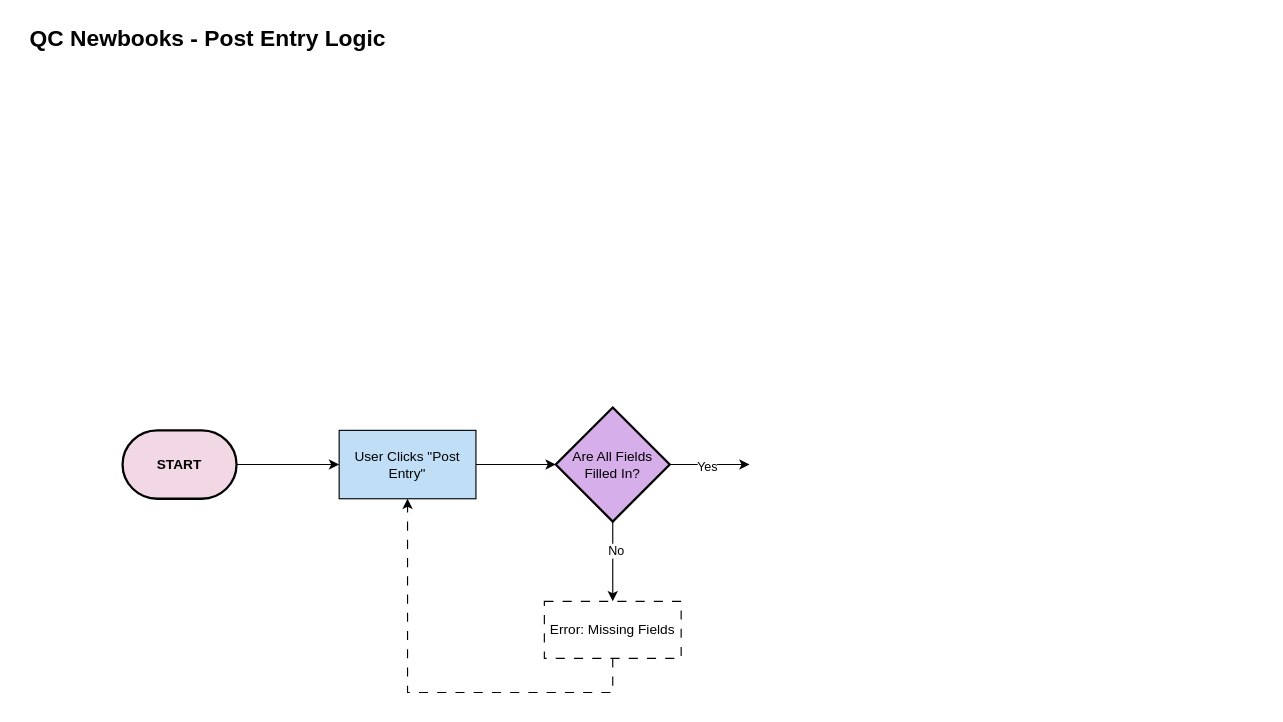
The draw.io diagram page "Part A — Flowchart" (1 of 2) of QC_NewBooks_Diagrams.drawio in tatianacastro1904-prog/diagram-qc-new-books, before the edit. Source tidied: cells renumbered, new cells numbered last; positions are measured from the earlier drawing's top-left corner, leaving out a move shared by most shapes. Both pictures are drawn from the tidied source at 114%, with x=0, y=0 at pixel (19, 19).
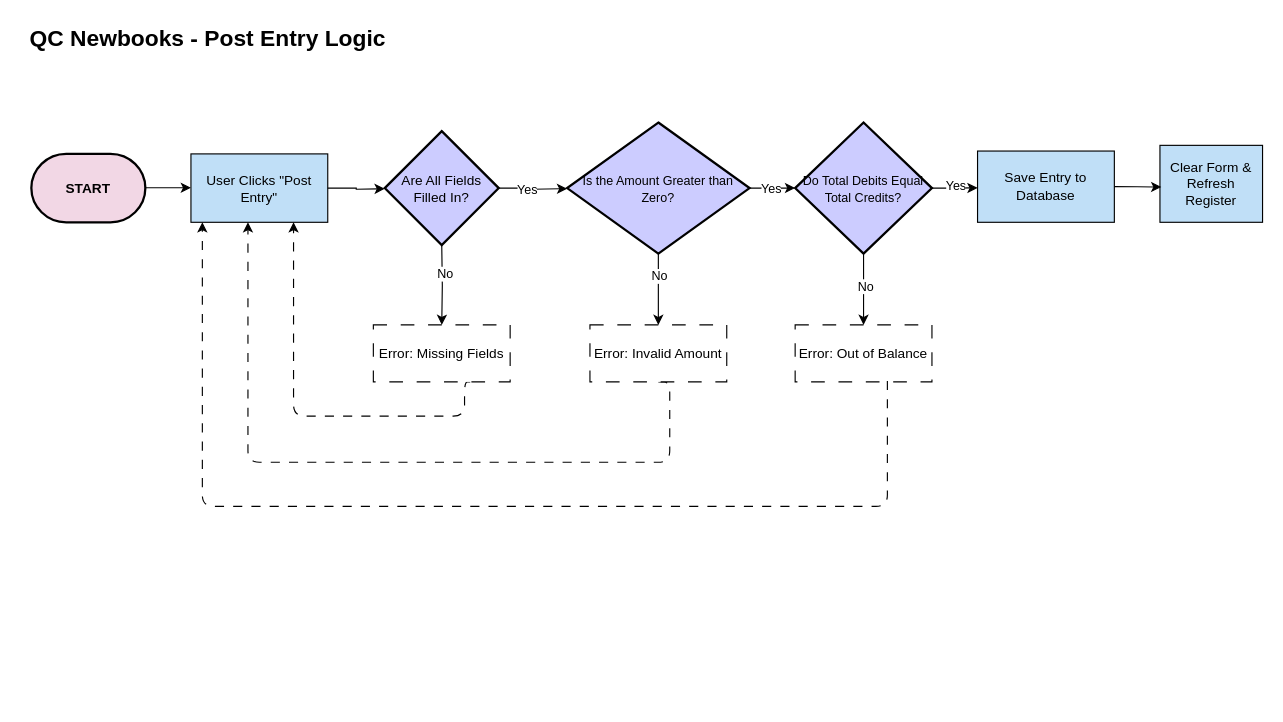
After the change.

Diff of the diagram source:
```diff
@@
-    <mxCell id="3" style="edgeStyle=orthogonalEdgeStyle;rounded=0;jettySize=auto;html=1;exitX=1;exitY=0.5;exitDx=0;exitDy=0;exitPerimeter=0;entryX=0;entryY=0.5;entryDx=0;entryDy=0;" parent="1" edge="1" source="4" target="5">
-      <mxGeometry relative="1" as="geometry" />
+    <mxCell id="3" style="edgeStyle=orthogonalEdgeStyle;rounded=0;orthogonalLoop=1;jettySize=auto;html=1;exitX=1;exitY=0.5;exitDx=0;exitDy=0;exitPerimeter=0;entryX=0;entryY=0.5;entryDx=0;entryDy=0;" parent="1" edge="1">
+      <mxGeometry relative="1" as="geometry">
+        <mxPoint x="60" y="147.2" as="sourcePoint" />
+        <mxPoint x="150" y="147.2" as="targetPoint" />
+      </mxGeometry>
     </mxCell>
     <mxCell id="4" value="&lt;b&gt;START&lt;/b&gt;" style="strokeWidth=2;html=1;shape=mxgraph.flowchart.terminator;whiteSpace=wrap;gradientColor=none;fillColor=#F2D7E5;" parent="1" vertex="1">
-      <mxGeometry x="90" y="360" width="100" height="60" as="geometry" />
+      <mxGeometry x="10" y="117.5" width="100" height="60" as="geometry" />
     </mxCell>
+    <mxCell id="14" style="edgeStyle=orthogonalEdgeStyle;rounded=0;jettySize=auto;html=1;exitX=0.5;exitY=1;exitDx=0;exitDy=0;" parent="1" edge="1" source="5">
+      <mxGeometry relative="1" as="geometry">
+        <mxPoint x="209.8" y="177.6" as="targetPoint" />
+      </mxGeometry>
+    </mxCell>
-    <mxCell id="5" value="User Clicks &quot;Post Entry&quot;" style="rounded=0;whiteSpace=wrap;html=1;fillColor=light-dark(#c0dff7, #ededed);" parent="1" vertex="1">
-      <mxGeometry x="280" y="360" width="120" height="60" as="geometry" />
+    <mxCell id="5" value="User Clicks &quot;Post Entry&quot;" style="rounded=0;whiteSpace=wrap;html=1;fillColor=#C0DFF7;" parent="1" vertex="1">
+      <mxGeometry x="150" y="117.5" width="120" height="60" as="geometry" />
     </mxCell>
-    <mxCell id="6" style="edgeStyle=orthogonalEdgeStyle;rounded=0;jettySize=auto;html=1;exitX=0.5;exitY=1;exitDx=0;exitDy=0;exitPerimeter=0;entryX=0.5;entryY=0;entryDx=0;entryDy=0;" parent="1" edge="1" source="10" target="13">
-      <mxGeometry relative="1" as="geometry" />
+    <mxCell id="6" style="edgeStyle=orthogonalEdgeStyle;rounded=0;jettySize=auto;html=1;entryX=0.5;entryY=0;entryDx=0;entryDy=0;" parent="1" edge="1" target="13">
+      <mxGeometry relative="1" as="geometry">
+        <mxPoint x="370" y="197.5" as="sourcePoint" />
+      </mxGeometry>
     </mxCell>
@@
-    <mxCell id="8" style="edgeStyle=orthogonalEdgeStyle;rounded=0;jettySize=auto;html=1;exitX=1;exitY=0.5;exitDx=0;exitDy=0;exitPerimeter=0;" parent="1" edge="1" source="10">
-      <mxGeometry relative="1" as="geometry">
-        <mxPoint x="640" y="390" as="targetPoint" />
-      </mxGeometry>
-    </mxCell>
-    <mxCell id="9" value="Yes" style="edgeLabel;html=1;align=center;verticalAlign=middle;" parent="8" vertex="1">
-      <mxGeometry x="-0.09" y="-1" relative="1" as="geometry" />
-    </mxCell>
-    <mxCell id="10" value="Are All Fields Filled In?" style="strokeWidth=2;html=1;shape=mxgraph.flowchart.decision;whiteSpace=wrap;fillColor=light-dark(#d5aeea, #ededed);" parent="1" vertex="1">
-      <mxGeometry x="470" y="340" width="100" height="100" as="geometry" />
-    </mxCell>
-    <mxCell id="11" style="edgeStyle=orthogonalEdgeStyle;rounded=0;jettySize=auto;html=1;exitX=1;exitY=0.5;exitDx=0;exitDy=0;entryX=0;entryY=0.5;entryDx=0;entryDy=0;entryPerimeter=0;" parent="1" edge="1" source="5" target="10">
-      <mxGeometry relative="1" as="geometry" />
-    </mxCell>
-    <mxCell id="12" style="edgeStyle=orthogonalEdgeStyle;rounded=0;jettySize=auto;html=1;exitX=0.5;exitY=1;exitDx=0;exitDy=0;entryX=0.5;entryY=1;entryDx=0;entryDy=0;dashed=1;dashPattern=8 8;" parent="1" edge="1" source="13" target="5">
+    <mxCell id="12" style="edgeStyle=orthogonalEdgeStyle;rounded=1;orthogonalLoop=1;jettySize=auto;html=1;entryX=0.5;entryY=1;entryDx=0;entryDy=0;dashed=1;curved=0;dashPattern=8 8;" parent="1" edge="1">
       <mxGeometry relative="1" as="geometry">
+        <mxPoint x="395" y="317.5" as="sourcePoint" />
+        <mxPoint x="240" y="177.5" as="targetPoint" />
         <Array as="points">
-          <mxPoint x="520" y="590" />
-          <mxPoint x="340" y="590" />
+          <mxPoint x="390" y="317.5" />
+          <mxPoint x="390" y="347.5" />
+          <mxPoint x="240" y="347.5" />
         </Array>
       </mxGeometry>
     </mxCell>
-    <mxCell id="13" value="Error: Missing Fields" style="html=1;dashed=1;whiteSpace=wrap;dashPattern=8 8;" parent="1" vertex="1">
-      <mxGeometry x="460" y="510" width="120" height="50" as="geometry" />
+    <mxCell id="13" value="Error: Missing Fields" style="html=1;dashed=1;whiteSpace=wrap;dashPattern=12 12;" parent="1" vertex="1">
+      <mxGeometry x="310" y="267.5" width="120" height="50" as="geometry" />
     </mxCell>
+    <mxCell id="10" value="Are All Fields Filled In?" style="strokeWidth=2;html=1;shape=mxgraph.flowchart.decision;whiteSpace=wrap;fillColor=light-dark(#CCCCFF,#EDEDED);" parent="1" vertex="1">
+      <mxGeometry x="320" y="97.5" width="100" height="100" as="geometry" />
+    </mxCell>
+    <mxCell id="15" style="edgeStyle=orthogonalEdgeStyle;rounded=0;jettySize=auto;html=1;exitX=1;exitY=0.5;exitDx=0;exitDy=0;" parent="1" edge="1" source="5">
+      <mxGeometry relative="1" as="geometry">
+        <mxPoint x="320" y="148" as="targetPoint" />
+      </mxGeometry>
+    </mxCell>
+    <mxCell id="16" style="edgeStyle=orthogonalEdgeStyle;rounded=0;jettySize=auto;html=1;exitX=0.5;exitY=1;exitDx=0;exitDy=0;exitPerimeter=0;entryX=0.5;entryY=0;entryDx=0;entryDy=0;" parent="1" edge="1" source="20" target="24">
+      <mxGeometry relative="1" as="geometry" />
+    </mxCell>
+    <mxCell id="17" value="No" style="edgeLabel;html=1;align=center;verticalAlign=middle;" parent="16" vertex="1">
+      <mxGeometry x="-0.38" relative="1" as="geometry" />
+    </mxCell>
+    <mxCell id="18" style="edgeStyle=orthogonalEdgeStyle;rounded=0;jettySize=auto;html=1;exitX=1;exitY=0.5;exitDx=0;exitDy=0;exitPerimeter=0;" parent="1" edge="1" source="20" target="29">
+      <mxGeometry relative="1" as="geometry" />
+    </mxCell>
+    <mxCell id="19" value="Yes" style="edgeLabel;html=1;align=center;verticalAlign=middle;" parent="18" vertex="1">
+      <mxGeometry x="-0.12" relative="1" as="geometry" />
+    </mxCell>
+    <mxCell id="20" value="&lt;font style=&quot;font-size: 11px;&quot;&gt;Is the Amount Greater than Zero?&lt;/font&gt;" style="strokeWidth=2;html=1;shape=mxgraph.flowchart.decision;whiteSpace=wrap;fillColor=#CCCCFF;" parent="1" vertex="1">
+      <mxGeometry x="480" y="90" width="160" height="115" as="geometry" />
+    </mxCell>
+    <mxCell id="21" style="edgeStyle=orthogonalEdgeStyle;rounded=0;jettySize=auto;html=1;exitX=1;exitY=0.5;exitDx=0;exitDy=0;exitPerimeter=0;" parent="1" edge="1" source="10">
+      <mxGeometry relative="1" as="geometry">
+        <mxPoint x="480" y="148" as="targetPoint" />
+      </mxGeometry>
+    </mxCell>
+    <mxCell id="22" value="Yes" style="edgeLabel;html=1;align=center;verticalAlign=middle;" parent="21" vertex="1">
+      <mxGeometry x="-0.21" y="-1" relative="1" as="geometry" />
+    </mxCell>
+    <mxCell id="23" style="edgeStyle=orthogonalEdgeStyle;rounded=1;jettySize=auto;html=1;entryX=0.25;entryY=1;entryDx=0;entryDy=0;curved=0;dashed=1;dashPattern=8 8;exitX=0.5;exitY=1;exitDx=0;exitDy=0;" parent="1" edge="1" source="24">
+      <mxGeometry relative="1" as="geometry">
+        <mxPoint x="200" y="177.5" as="targetPoint" />
+        <Array as="points">
+          <mxPoint x="570" y="388" />
+          <mxPoint x="200" y="388" />
+        </Array>
+      </mxGeometry>
+    </mxCell>
+    <mxCell id="24" value="Error: Invalid Amount" style="html=1;dashed=1;whiteSpace=wrap;dashPattern=12 12;" parent="1" vertex="1">
+      <mxGeometry x="500" y="267.5" width="120" height="50" as="geometry" />
+    </mxCell>
+    <mxCell id="25" style="edgeStyle=orthogonalEdgeStyle;rounded=0;jettySize=auto;html=1;exitX=0.5;exitY=1;exitDx=0;exitDy=0;exitPerimeter=0;entryX=0.5;entryY=0;entryDx=0;entryDy=0;" parent="1" edge="1" source="29" target="30">
+      <mxGeometry relative="1" as="geometry" />
+    </mxCell>
+    <mxCell id="26" value="No" style="edgeLabel;html=1;align=center;verticalAlign=middle;" parent="25" vertex="1">
+      <mxGeometry x="-0.11" y="1" relative="1" as="geometry" />
+    </mxCell>
+    <mxCell id="27" style="edgeStyle=orthogonalEdgeStyle;rounded=0;jettySize=auto;html=1;exitX=1;exitY=0.5;exitDx=0;exitDy=0;exitPerimeter=0;" parent="1" edge="1" source="29">
+      <mxGeometry relative="1" as="geometry">
+        <mxPoint x="840" y="147.3" as="targetPoint" />
+      </mxGeometry>
+    </mxCell>
+    <mxCell id="28" value="Yes" style="edgeLabel;html=1;align=center;verticalAlign=middle;" parent="27" vertex="1">
+      <mxGeometry x="0.06" y="2" relative="1" as="geometry" />
+    </mxCell>
+    <mxCell id="29" value="&lt;font style=&quot;font-size: 11px;&quot;&gt;Do Total Debits Equal Total Credits?&lt;/font&gt;" style="strokeWidth=2;html=1;shape=mxgraph.flowchart.decision;whiteSpace=wrap;fillColor=#CCCCFF;" parent="1" vertex="1">
+      <mxGeometry x="680" y="90" width="120" height="115" as="geometry" />
+    </mxCell>
+    <mxCell id="30" value="Error: Out of Balance" style="html=1;dashed=1;whiteSpace=wrap;dashPattern=12 12;" parent="1" vertex="1">
+      <mxGeometry x="680" y="267.5" width="120" height="50" as="geometry" />
+    </mxCell>
+    <mxCell id="31" style="edgeStyle=orthogonalEdgeStyle;rounded=1;orthogonalLoop=1;jettySize=auto;html=1;exitX=0.5;exitY=1;exitDx=0;exitDy=0;entryX=0.159;entryY=1.013;entryDx=0;entryDy=0;entryPerimeter=0;dashed=1;dashPattern=8 8;curved=0;" parent="1" edge="1">
+      <mxGeometry relative="1" as="geometry">
+        <mxPoint x="760.9" y="316.7" as="sourcePoint" />
+        <mxPoint x="160" y="177.5" as="targetPoint" />
+        <Array as="points">
+          <mxPoint x="760.9" y="426.7" />
+          <mxPoint x="159.9" y="426.7" />
+        </Array>
+      </mxGeometry>
+    </mxCell>
+    <mxCell id="32" value="Save Entry to Database" style="html=1;dashed=0;whiteSpace=wrap;fillColor=#C0DFF7;" parent="1" vertex="1">
+      <mxGeometry x="840" y="115" width="120" height="62.5" as="geometry" />
+    </mxCell>
+    <mxCell id="33" value="Clear Form &amp;amp; Refresh Register" style="html=1;dashed=0;whiteSpace=wrap;fillColor=#C0DFF7;" parent="1" vertex="1">
+      <mxGeometry x="1000" y="110" width="90" height="67.5" as="geometry" />
+    </mxCell>
+    <mxCell id="34" style="edgeStyle=orthogonalEdgeStyle;rounded=0;jettySize=auto;html=1;exitX=1;exitY=0.5;exitDx=0;exitDy=0;entryX=0.013;entryY=0.542;entryDx=0;entryDy=0;entryPerimeter=0;" parent="1" edge="1" source="32" target="33">
+      <mxGeometry relative="1" as="geometry" />
+    </mxCell>
```
